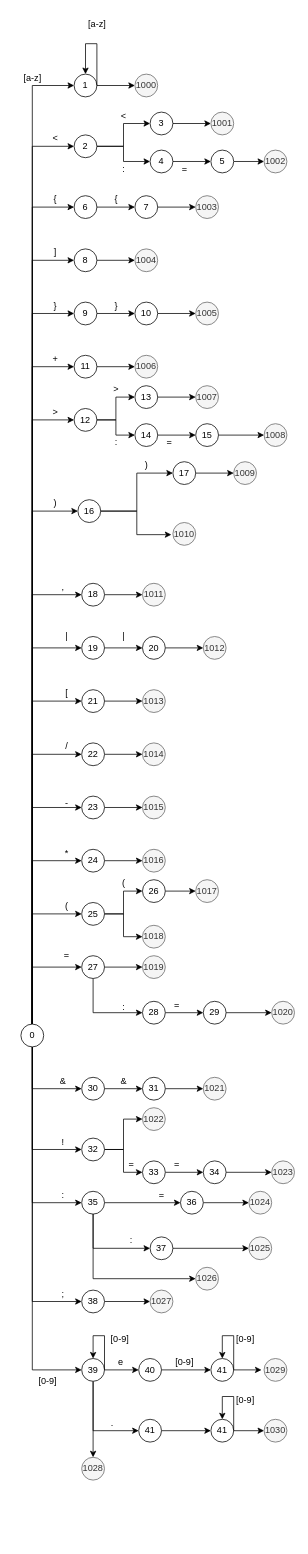
Before: Lexico2.drawio in MHAN2000/CompiladorJava, a draw.io diagram. Source tidied: cells renumbered, new cells numbered last; positions are measured from the earlier drawing's top-left corner, leaving out a move shared by most shapes. Both pictures are drawn from the tidied source at 76%, with x=0, y=0 at pixel (13, 13).
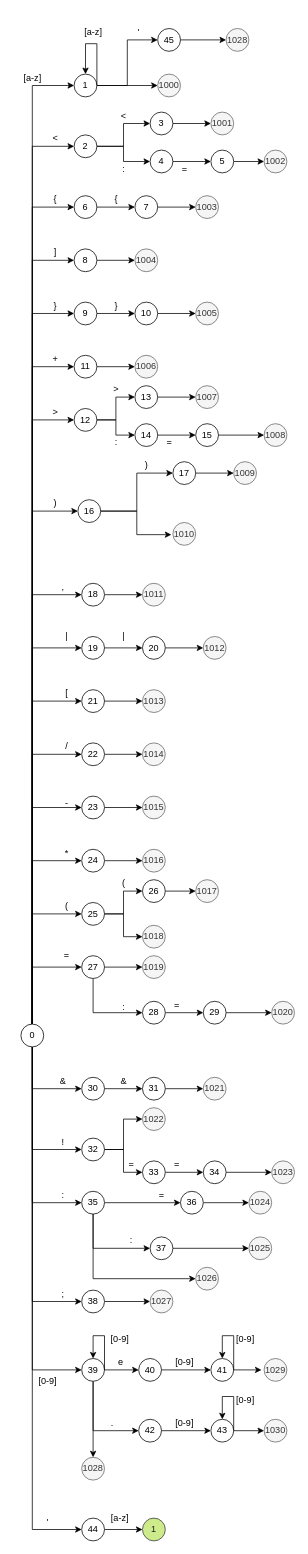
The same diagram, later.

Unchanged cells that the change refers to:
```xml
<mxCell id="23" value="0" style="ellipse;whiteSpace=wrap;html=1;" parent="1" vertex="1">
  <mxGeometry x="10" y="1330" width="30" height="30" as="geometry" />
</mxCell>
<mxCell id="25" value="1" style="ellipse;whiteSpace=wrap;html=1;" parent="1" vertex="1">
  <mxGeometry x="80" y="80" width="30" height="30" as="geometry" />
</mxCell>
```

What changed in the source:
```diff
@@
+    <mxCell id="201" style="edgeStyle=orthogonalEdgeStyle;rounded=0;jettySize=auto;html=1;exitX=0.5;exitY=1;exitDx=0;exitDy=0;entryX=0;entryY=0.5;entryDx=0;entryDy=0;" parent="1" edge="1" source="23" target="205">
+      <mxGeometry relative="1" as="geometry" />
+    </mxCell>
@@
+    <mxCell id="202" style="edgeStyle=orthogonalEdgeStyle;rounded=0;jettySize=auto;html=1;exitX=1;exitY=0.5;exitDx=0;exitDy=0;entryX=0;entryY=0.5;entryDx=0;entryDy=0;" parent="1" edge="1" source="25" target="209">
+      <mxGeometry relative="1" as="geometry" />
+    </mxCell>
@@
     <mxCell id="30" value="1000" style="ellipse;whiteSpace=wrap;html=1;fillColor=#f5f5f5;strokeColor=#666666;fontColor=#333333;" parent="1" vertex="1">
-      <mxGeometry x="160" y="80" width="30" height="30" as="geometry" />
+      <mxGeometry x="190" y="80" width="30" height="30" as="geometry" />
     </mxCell>
@@
     <mxCell id="175" value="[a-z]" style="text;html=1;align=center;verticalAlign=middle;strokeColor=none;fillColor=none;" parent="1" vertex="1">
-      <mxGeometry x="85" width="50" height="30" as="geometry" />
+      <mxGeometry x="80" y="10" width="50" height="30" as="geometry" />
     </mxCell>
@@
-    <mxCell id="194" value="41" style="ellipse;whiteSpace=wrap;html=1;" parent="1" vertex="1">
+    <mxCell id="194" value="42" style="ellipse;whiteSpace=wrap;html=1;" parent="1" vertex="1">
       <mxGeometry x="165" y="1850" width="30" height="30" as="geometry" />
     </mxCell>
@@
-    <mxCell id="197" value="41" style="ellipse;whiteSpace=wrap;html=1;" parent="1" vertex="1">
+    <mxCell id="197" value="43" style="ellipse;whiteSpace=wrap;html=1;" parent="1" vertex="1">
       <mxGeometry x="260" y="1850" width="30" height="30" as="geometry" />
     </mxCell>
@@
+    <mxCell id="203" value="[0-9]" style="text;html=1;align=center;verticalAlign=middle;strokeColor=none;fillColor=none;" parent="1" vertex="1">
+      <mxGeometry x="200" y="1840" width="50" height="30" as="geometry" />
+    </mxCell>
+    <mxCell id="204" style="edgeStyle=orthogonalEdgeStyle;rounded=0;jettySize=auto;html=1;exitX=1;exitY=0.5;exitDx=0;exitDy=0;entryX=0;entryY=0.5;entryDx=0;entryDy=0;" parent="1" edge="1" source="205" target="207">
+      <mxGeometry relative="1" as="geometry" />
+    </mxCell>
+    <mxCell id="205" value="44" style="ellipse;whiteSpace=wrap;html=1;" parent="1" vertex="1">
+      <mxGeometry x="90" y="1980" width="30" height="30" as="geometry" />
+    </mxCell>
+    <mxCell id="206" value="'" style="text;html=1;align=center;verticalAlign=middle;strokeColor=none;fillColor=none;" parent="1" vertex="1">
+      <mxGeometry x="30" y="1970" width="30" height="30" as="geometry" />
+    </mxCell>
+    <mxCell id="207" value="1" style="ellipse;whiteSpace=wrap;html=1;fillColor=#cdeb8b;strokeColor=#36393d;fontColor=#1C1C1C;" parent="1" vertex="1">
+      <mxGeometry x="170" y="1980" width="30" height="30" as="geometry" />
+    </mxCell>
+    <mxCell id="208" style="edgeStyle=orthogonalEdgeStyle;rounded=0;jettySize=auto;html=1;exitX=1;exitY=0.5;exitDx=0;exitDy=0;entryX=0;entryY=0.5;entryDx=0;entryDy=0;" parent="1" edge="1" source="209" target="212">
+      <mxGeometry relative="1" as="geometry" />
+    </mxCell>
+    <mxCell id="209" value="45" style="ellipse;whiteSpace=wrap;html=1;" parent="1" vertex="1">
+      <mxGeometry x="190" y="20" width="30" height="30" as="geometry" />
+    </mxCell>
+    <mxCell id="210" value="'" style="text;html=1;align=center;verticalAlign=middle;strokeColor=none;fillColor=none;" parent="1" vertex="1">
+      <mxGeometry x="150" y="10" width="30" height="30" as="geometry" />
+    </mxCell>
+    <mxCell id="211" value="[a-z]" style="text;html=1;align=center;verticalAlign=middle;strokeColor=none;fillColor=none;" parent="1" vertex="1">
+      <mxGeometry x="115" y="1965" width="50" height="30" as="geometry" />
+    </mxCell>
+    <mxCell id="212" value="1028" style="ellipse;whiteSpace=wrap;html=1;fillColor=#f5f5f5;strokeColor=#666666;fontColor=#333333;" parent="1" vertex="1">
+      <mxGeometry x="280" y="20" width="30" height="30" as="geometry" />
+    </mxCell>
```
